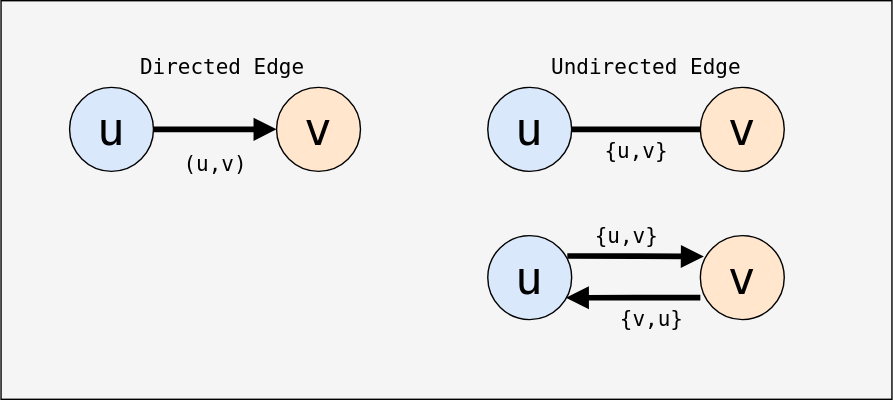
Earlier version of the draw.io export public/diagrams/graph-edge-types.svg (datkumar/code-journal). Source tidied: cells renumbered, new cells last; positions are measured from the earlier drawing's top-left corner, leaving out a move shared by most shapes. The source it was exported from:
```xml
<mxGraphModel>
  <root>
    <mxCell id="0" />
    <mxCell id="1" parent="0" />
    <mxCell id="2" style="rounded=0;whiteSpace=wrap;html=1;fillColor=#f5f5f5;fontColor=#000000;strokeColor=light-dark(#000000, #959595);" parent="1" vertex="1">
      <mxGeometry width="637" height="285" as="geometry" />
    </mxCell>
    <mxCell id="3" style="edgeStyle=orthogonalEdgeStyle;rounded=0;jettySize=auto;html=1;exitX=1;exitY=0.5;exitDx=0;exitDy=0;endArrow=block;endFill=1;strokeWidth=4;fontFamily=monospace;fontSize=33;fontColor=#000000;strokeColor=light-dark(#000000, #959595);" parent="1" edge="1" source="4" target="8">
      <mxGeometry relative="1" as="geometry" />
    </mxCell>
    <mxCell id="4" value="u" style="ellipse;whiteSpace=wrap;html=1;fontFamily=monospace;fontSize=33;fillColor=#dae8fc;strokeColor=light-dark(#000000, #959595);fontColor=#000000;" parent="1" vertex="1">
      <mxGeometry x="49" y="62" width="60" height="60" as="geometry" />
    </mxCell>
    <mxCell id="5" value="v" style="ellipse;whiteSpace=wrap;html=1;fontFamily=monospace;fontSize=33;fillColor=#ffe6cc;strokeColor=light-dark(#000000, #959595);fontColor=#000000;" parent="1" vertex="1">
      <mxGeometry x="500" y="62" width="60" height="60" as="geometry" />
    </mxCell>
    <mxCell id="6" style="edgeStyle=orthogonalEdgeStyle;rounded=0;jettySize=auto;html=1;exitX=1;exitY=0.5;exitDx=0;exitDy=0;entryX=0;entryY=0.5;entryDx=0;entryDy=0;endArrow=none;startFill=0;strokeWidth=4;fontFamily=monospace;fontSize=33;fontColor=#000000;strokeColor=light-dark(#000000, #959595);" parent="1" edge="1" source="7" target="5">
      <mxGeometry relative="1" as="geometry" />
    </mxCell>
    <mxCell id="7" value="u" style="ellipse;whiteSpace=wrap;html=1;fontFamily=monospace;fontSize=33;fillColor=#dae8fc;strokeColor=light-dark(#000000, #959595);fontColor=#000000;" parent="1" vertex="1">
      <mxGeometry x="348" y="62" width="60" height="60" as="geometry" />
    </mxCell>
    <mxCell id="8" value="v" style="ellipse;whiteSpace=wrap;html=1;fontFamily=monospace;fontSize=33;fillColor=#ffe6cc;strokeColor=light-dark(#000000, #959595);fontColor=#000000;" parent="1" vertex="1">
      <mxGeometry x="197" y="62" width="60" height="60" as="geometry" />
    </mxCell>
    <mxCell id="9" value="{u,v}" style="text;html=1;align=center;verticalAlign=middle;strokeColor=none;fillColor=none;fontFamily=monospace;fontSize=15;fontColor=#000000;" parent="1" vertex="1">
      <mxGeometry x="422" y="92" width="63" height="30" as="geometry" />
    </mxCell>
    <mxCell id="10" value="(u,v)" style="text;html=1;align=center;verticalAlign=middle;strokeColor=none;fillColor=none;fontFamily=monospace;fontSize=15;fontColor=#000000;" parent="1" vertex="1">
      <mxGeometry x="121" y="101" width="63" height="30" as="geometry" />
    </mxCell>
    <mxCell id="11" value="Directed Edge" style="text;html=1;align=center;verticalAlign=middle;strokeColor=none;fillColor=none;fontFamily=monospace;fontSize=15;fontColor=#000000;" parent="1" vertex="1">
      <mxGeometry x="90" y="32" width="135" height="30" as="geometry" />
    </mxCell>
    <mxCell id="12" value="Undirected Edge" style="text;html=1;align=center;verticalAlign=middle;strokeColor=none;fillColor=none;fontFamily=monospace;fontSize=15;fontColor=#000000;" parent="1" vertex="1">
      <mxGeometry x="384" y="32" width="153" height="30" as="geometry" />
    </mxCell>
    <mxCell id="13" value="v" style="ellipse;whiteSpace=wrap;html=1;fontFamily=monospace;fontSize=33;fillColor=#ffe6cc;strokeColor=light-dark(#000000, #959595);fontColor=#000000;" parent="1" vertex="1">
      <mxGeometry x="500" y="168" width="60" height="60" as="geometry" />
    </mxCell>
    <mxCell id="14" value="u" style="ellipse;whiteSpace=wrap;html=1;fontFamily=monospace;fontSize=33;fillColor=#dae8fc;strokeColor=light-dark(#000000, #959595);fontColor=#000000;" parent="1" vertex="1">
      <mxGeometry x="348" y="168" width="60" height="60" as="geometry" />
    </mxCell>
    <mxCell id="15" value="{u,v}" style="text;html=1;align=center;verticalAlign=middle;strokeColor=none;fillColor=none;fontFamily=monospace;fontSize=15;fontColor=#000000;" parent="1" vertex="1">
      <mxGeometry x="415" y="153" width="63" height="30" as="geometry" />
    </mxCell>
    <mxCell id="16" style="edgeStyle=orthogonalEdgeStyle;rounded=0;jettySize=auto;html=1;exitX=0.948;exitY=0.243;exitDx=0;exitDy=0;endArrow=block;endFill=1;strokeWidth=4;fontFamily=monospace;fontSize=33;fontColor=#000000;strokeColor=light-dark(#000000, #959595);exitPerimeter=0;entryX=0.042;entryY=0.249;entryDx=0;entryDy=0;entryPerimeter=0;" parent="1" edge="1" source="14" target="13">
      <mxGeometry relative="1" as="geometry" />
    </mxCell>
    <mxCell id="17" style="edgeStyle=orthogonalEdgeStyle;rounded=0;jettySize=auto;html=1;exitX=0;exitY=0.738;exitDx=0;exitDy=0;endArrow=block;endFill=1;strokeWidth=4;fontFamily=monospace;fontSize=33;fontColor=#000000;strokeColor=light-dark(#000000, #959595);exitPerimeter=0;entryX=0.931;entryY=0.741;entryDx=0;entryDy=0;entryPerimeter=0;" parent="1" edge="1" source="13" target="14">
      <mxGeometry relative="1" as="geometry" />
    </mxCell>
    <mxCell id="18" value="{v,u}" style="text;html=1;align=center;verticalAlign=middle;strokeColor=none;fillColor=none;fontFamily=monospace;fontSize=15;fontColor=#000000;" parent="1" vertex="1">
      <mxGeometry x="433" y="212" width="63" height="30" as="geometry" />
    </mxCell>
  </root>
</mxGraphModel>
```
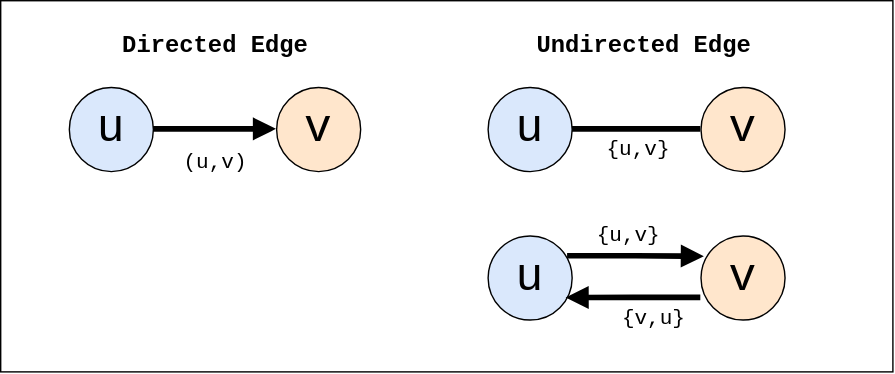
Later version of the same file.

Change to the diagram source:
```diff
@@ -2,8 +2,8 @@
   <root>
     <mxCell id="0" />
     <mxCell id="1" parent="0" />
-    <mxCell id="2" style="rounded=0;whiteSpace=wrap;html=1;fillColor=#f5f5f5;fontColor=#000000;strokeColor=light-dark(#000000, #959595);" parent="1" vertex="1">
-      <mxGeometry width="637" height="285" as="geometry" />
+    <mxCell id="2" style="rounded=0;whiteSpace=wrap;html=1;fillColor=light-dark(#FFFFFF,#FFFFFF);fontColor=#000000;strokeColor=light-dark(#000000, #959595);fontFamily=monospace;" parent="1" vertex="1">
+      <mxGeometry width="637" height="265" as="geometry" />
     </mxCell>
     <mxCell id="3" style="edgeStyle=orthogonalEdgeStyle;rounded=0;jettySize=auto;html=1;exitX=1;exitY=0.5;exitDx=0;exitDy=0;endArrow=block;endFill=1;strokeWidth=4;fontFamily=monospace;fontSize=33;fontColor=#000000;strokeColor=light-dark(#000000, #959595);" parent="1" edge="1" source="4" target="8">
       <mxGeometry relative="1" as="geometry" />
@@ -24,16 +24,16 @@
       <mxGeometry x="197" y="62" width="60" height="60" as="geometry" />
     </mxCell>
     <mxCell id="9" value="{u,v}" style="text;html=1;align=center;verticalAlign=middle;strokeColor=none;fillColor=none;fontFamily=monospace;fontSize=15;fontColor=#000000;" parent="1" vertex="1">
-      <mxGeometry x="422" y="92" width="63" height="30" as="geometry" />
+      <mxGeometry x="423" y="92" width="63" height="30" as="geometry" />
     </mxCell>
     <mxCell id="10" value="(u,v)" style="text;html=1;align=center;verticalAlign=middle;strokeColor=none;fillColor=none;fontFamily=monospace;fontSize=15;fontColor=#000000;" parent="1" vertex="1">
       <mxGeometry x="121" y="101" width="63" height="30" as="geometry" />
     </mxCell>
-    <mxCell id="11" value="Directed Edge" style="text;html=1;align=center;verticalAlign=middle;strokeColor=none;fillColor=none;fontFamily=monospace;fontSize=15;fontColor=#000000;" parent="1" vertex="1">
-      <mxGeometry x="90" y="32" width="135" height="30" as="geometry" />
+    <mxCell id="11" value="Directed Edge" style="text;html=1;align=center;verticalAlign=middle;strokeColor=none;fillColor=none;fontFamily=monospace;fontSize=17;fontColor=#000000;fontStyle=1;" parent="1" vertex="1">
+      <mxGeometry x="77" y="17" width="151" height="32" as="geometry" />
     </mxCell>
-    <mxCell id="12" value="Undirected Edge" style="text;html=1;align=center;verticalAlign=middle;strokeColor=none;fillColor=none;fontFamily=monospace;fontSize=15;fontColor=#000000;" parent="1" vertex="1">
-      <mxGeometry x="384" y="32" width="153" height="30" as="geometry" />
+    <mxCell id="12" value="Undirected Edge" style="text;html=1;align=center;verticalAlign=middle;strokeColor=none;fillColor=none;fontFamily=monospace;fontSize=17;fontColor=#000000;fontStyle=1;" parent="1" vertex="1">
+      <mxGeometry x="373" y="17" width="172" height="32" as="geometry" />
     </mxCell>
     <mxCell id="13" value="v" style="ellipse;whiteSpace=wrap;html=1;fontFamily=monospace;fontSize=33;fillColor=#ffe6cc;strokeColor=light-dark(#000000, #959595);fontColor=#000000;" parent="1" vertex="1">
       <mxGeometry x="500" y="168" width="60" height="60" as="geometry" />
@@ -42,7 +42,7 @@
       <mxGeometry x="348" y="168" width="60" height="60" as="geometry" />
     </mxCell>
     <mxCell id="15" value="{u,v}" style="text;html=1;align=center;verticalAlign=middle;strokeColor=none;fillColor=none;fontFamily=monospace;fontSize=15;fontColor=#000000;" parent="1" vertex="1">
-      <mxGeometry x="415" y="153" width="63" height="30" as="geometry" />
+      <mxGeometry x="416" y="153" width="63" height="30" as="geometry" />
     </mxCell>
     <mxCell id="16" style="edgeStyle=orthogonalEdgeStyle;rounded=0;jettySize=auto;html=1;exitX=0.948;exitY=0.243;exitDx=0;exitDy=0;endArrow=block;endFill=1;strokeWidth=4;fontFamily=monospace;fontSize=33;fontColor=#000000;strokeColor=light-dark(#000000, #959595);exitPerimeter=0;entryX=0.042;entryY=0.249;entryDx=0;entryDy=0;entryPerimeter=0;" parent="1" edge="1" source="14" target="13">
       <mxGeometry relative="1" as="geometry" />
@@ -51,7 +51,7 @@
       <mxGeometry relative="1" as="geometry" />
     </mxCell>
     <mxCell id="18" value="{v,u}" style="text;html=1;align=center;verticalAlign=middle;strokeColor=none;fillColor=none;fontFamily=monospace;fontSize=15;fontColor=#000000;" parent="1" vertex="1">
-      <mxGeometry x="433" y="212" width="63" height="30" as="geometry" />
+      <mxGeometry x="434" y="212" width="63" height="30" as="geometry" />
     </mxCell>
   </root>
 </mxGraphModel>
```
